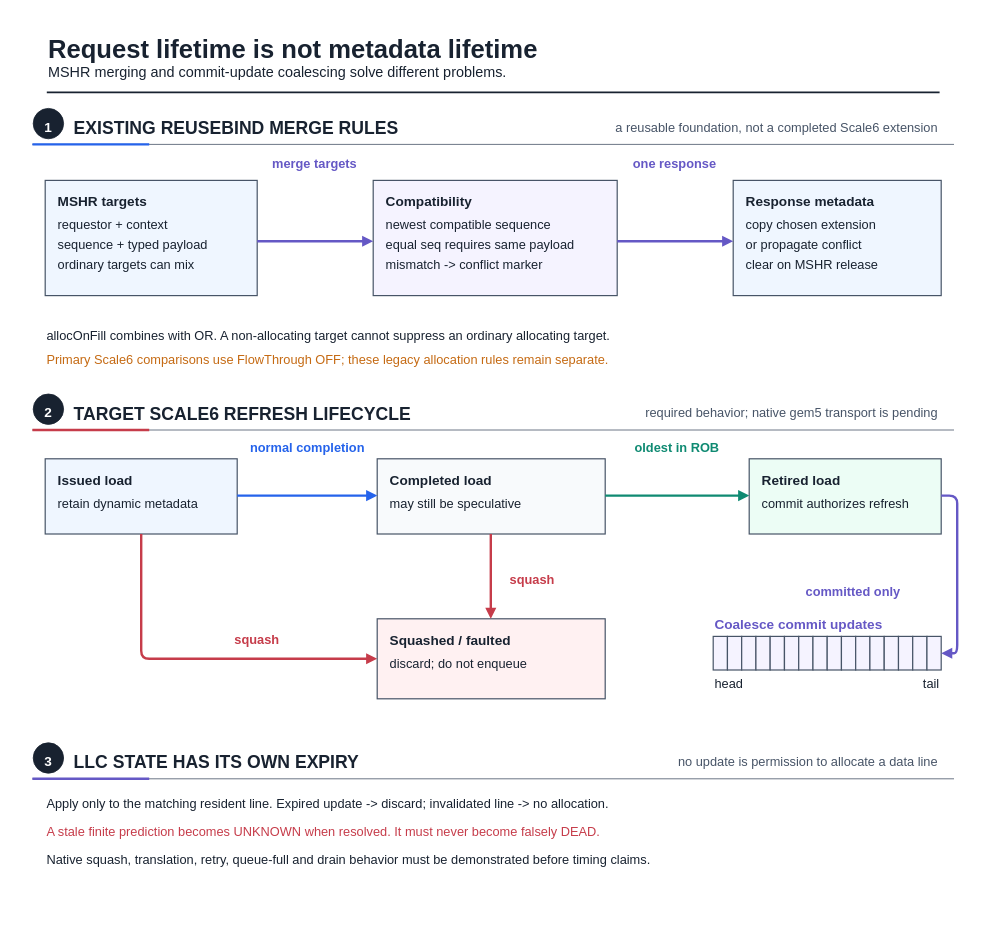
UVA-LavaLab/ECG_GrAPL keeps this draw.io diagram as fig/wiki_src/risc-v-instruction-path/risc-v-instruction-path-f03-mshr-metadata-lifecycle.drawio. Above is the earlier version. Source tidied: cells renumbered, new cells numbered last; positions are measured from the earlier drawing's top-left corner, leaving out a move shared by most shapes. Both pictures are drawn from the tidied source at 80%, with x=0, y=0 at pixel (13, 13).
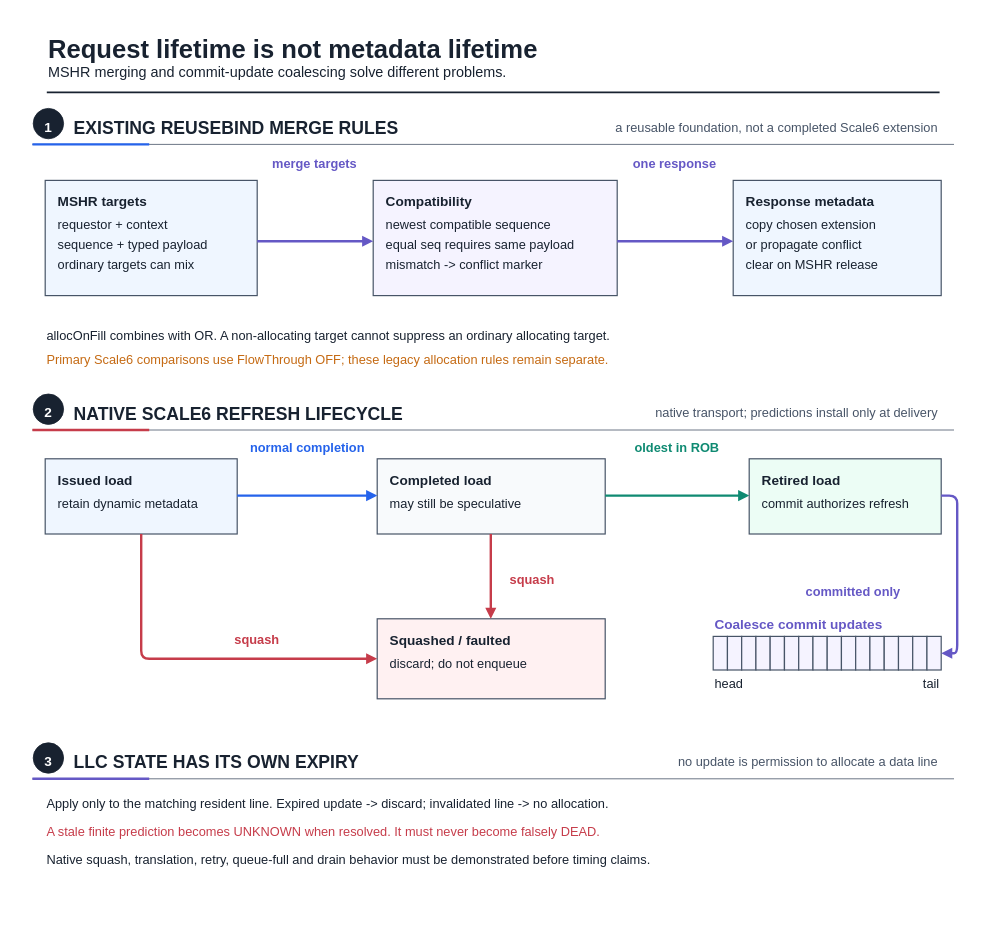
Above is the later version.

What changed in the source:
```diff
@@
-    <mxCell id="35" value="TARGET SCALE6 REFRESH LIFECYCLE" style="text;html=0;strokeColor=none;fillColor=none;align=left;verticalAlign=middle;fontFamily=Liberation Sans;fontSize=22;fontColor=#182230;fontStyle=1;" parent="1" vertex="1">
+    <mxCell id="35" value="NATIVE SCALE6 REFRESH LIFECYCLE" style="text;html=0;strokeColor=none;fillColor=none;align=left;verticalAlign=middle;fontFamily=Liberation Sans;fontSize=22;fontColor=#182230;fontStyle=1;" parent="1" vertex="1">
       <mxGeometry x="74" y="483.1" width="388.7" height="30.8" as="geometry" />
     </mxCell>
-    <mxCell id="36" value="required behavior; native gem5 transport is pending" style="text;html=0;strokeColor=none;fillColor=none;align=right;verticalAlign=middle;fontFamily=Liberation Sans;fontSize=16;fontColor=#475467;fontStyle=0;" parent="1" vertex="1">
-      <mxGeometry x="725.5" y="487.2" width="432.5" height="22.4" as="geometry" />
+    <mxCell id="36" value="native transport; predictions install only at delivery" style="text;html=0;strokeColor=none;fillColor=none;align=right;verticalAlign=middle;fontFamily=Liberation Sans;fontSize=16;fontColor=#475467;fontStyle=0;" parent="1" vertex="1">
+      <mxGeometry x="700.1" y="487.2" width="457.9" height="22.4" as="geometry" />
     </mxCell>
```
